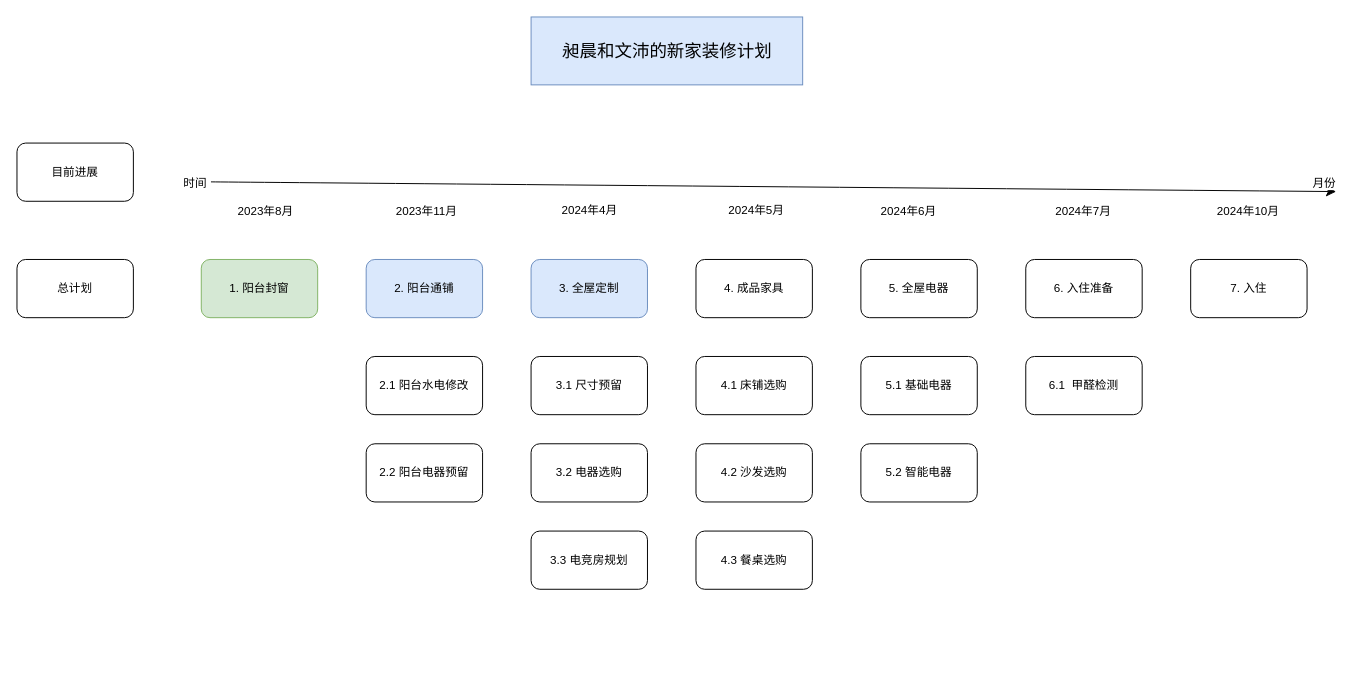
This is page "总规划" (1 of 2) of newHome.drawio from liuminjit/Diary, a draw.io file, before an edit. Source tidied: cells renumbered, new cells numbered last; positions are measured from the earlier drawing's top-left corner, leaving out a move shared by most shapes. Both pictures are drawn from the tidied source at 97%, with x=0, y=0 at pixel (16, 16).
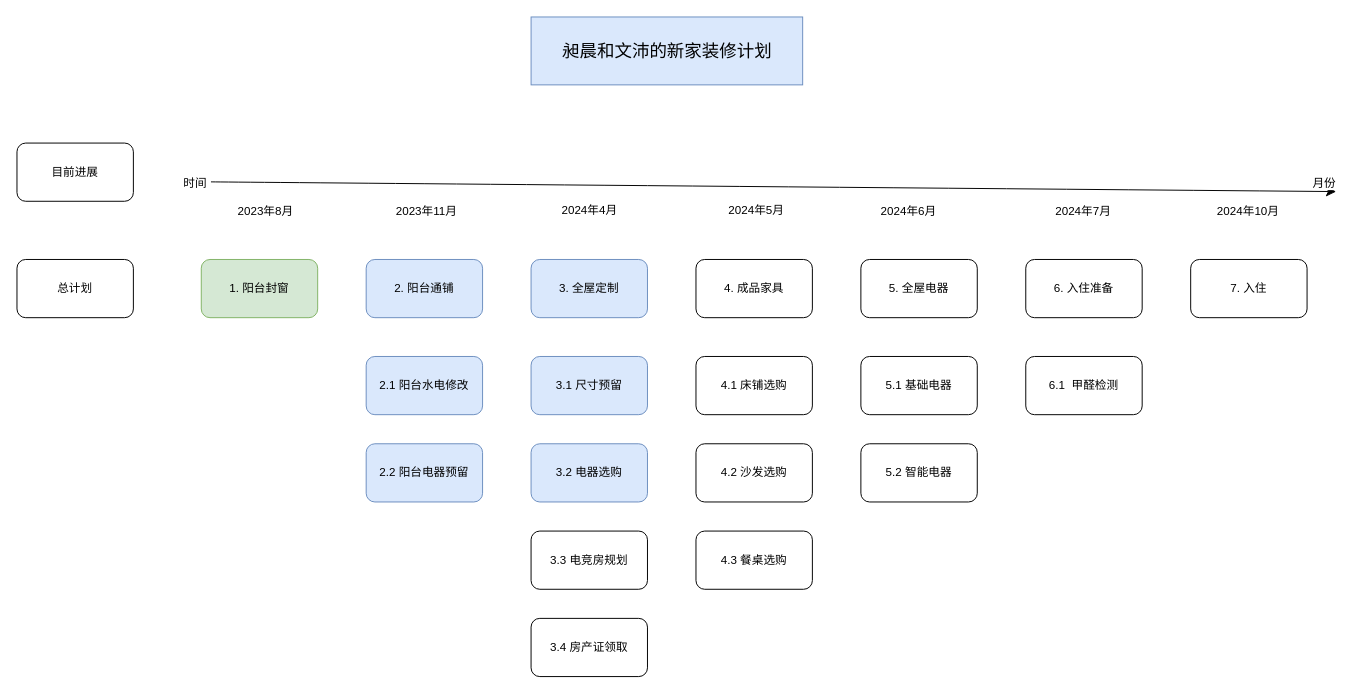
The same diagram, later.

What changed in the source:
```diff
@@
-    <mxCell id="11" value="2.1 阳台水电修改" style="rounded=1;whiteSpace=wrap;html=1;" parent="1" vertex="1">
+    <mxCell id="11" value="2.1 阳台水电修改" style="rounded=1;whiteSpace=wrap;html=1;fillColor=#dae8fc;strokeColor=#6c8ebf;" parent="1" vertex="1">
       <mxGeometry x="360" y="350" width="120" height="60" as="geometry" />
     </mxCell>
-    <mxCell id="12" value="2.2 阳台电器预留" style="rounded=1;whiteSpace=wrap;html=1;" parent="1" vertex="1">
+    <mxCell id="12" value="2.2 阳台电器预留" style="rounded=1;whiteSpace=wrap;html=1;fillColor=#dae8fc;strokeColor=#6c8ebf;" parent="1" vertex="1">
       <mxGeometry x="360" y="440" width="120" height="60" as="geometry" />
     </mxCell>
@@
-    <mxCell id="14" value="3.1 尺寸预留" style="rounded=1;whiteSpace=wrap;html=1;" parent="1" vertex="1">
+    <mxCell id="14" value="3.1 尺寸预留" style="rounded=1;whiteSpace=wrap;html=1;fillColor=#dae8fc;strokeColor=#6c8ebf;" parent="1" vertex="1">
       <mxGeometry x="530" y="350" width="120" height="60" as="geometry" />
     </mxCell>
-    <mxCell id="15" value="3.2 电器选购" style="rounded=1;whiteSpace=wrap;html=1;" parent="1" vertex="1">
+    <mxCell id="15" value="3.2 电器选购" style="rounded=1;whiteSpace=wrap;html=1;fillColor=#dae8fc;strokeColor=#6c8ebf;" parent="1" vertex="1">
       <mxGeometry x="530" y="440" width="120" height="60" as="geometry" />
     </mxCell>
@@
+    <mxCell id="33" value="3.4 房产证领取" style="rounded=1;whiteSpace=wrap;html=1;" parent="1" vertex="1">
+      <mxGeometry x="530" y="620" width="120" height="60" as="geometry" />
+    </mxCell>
```
